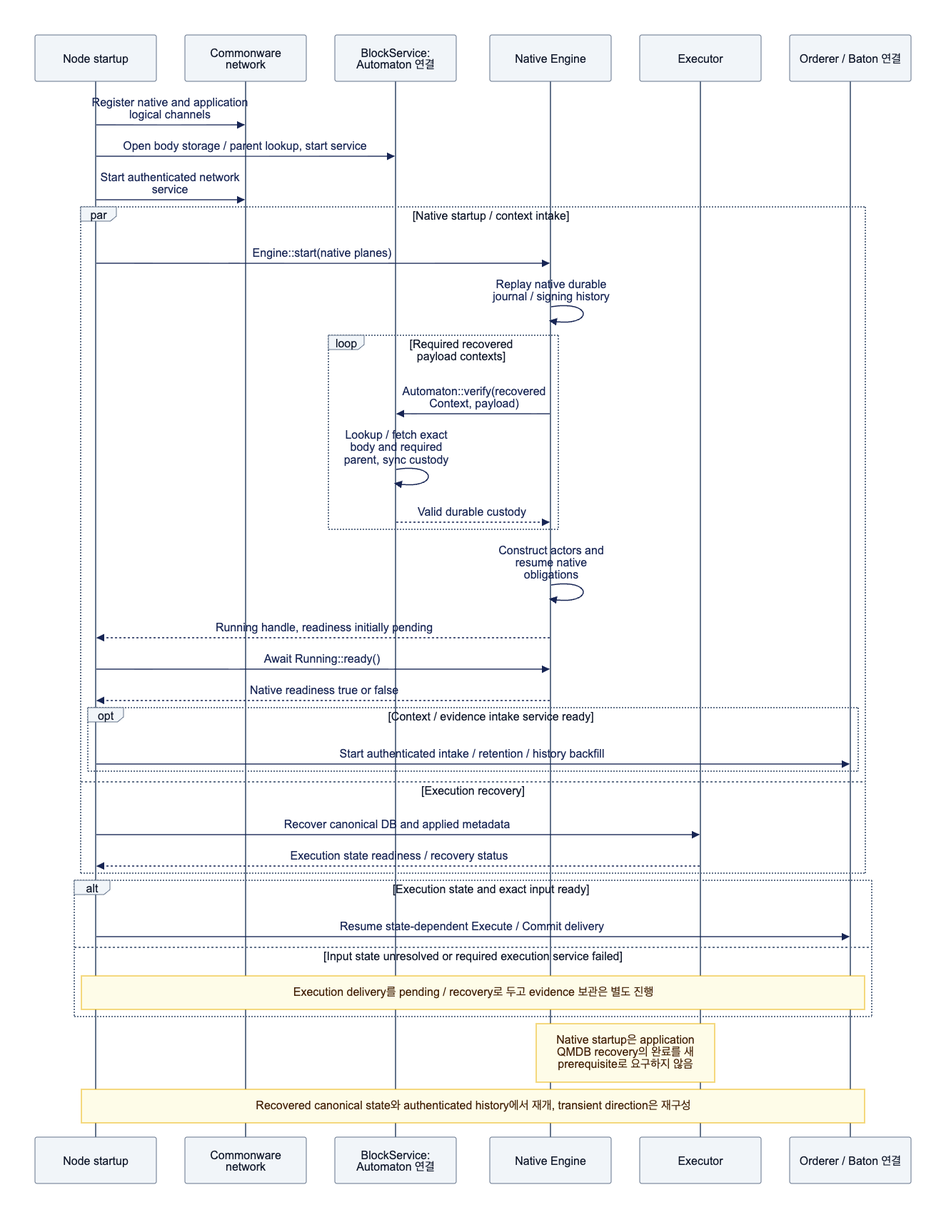
The Mermaid diagram assets/diagrams/diagram-13.png in djm07073/baton-research, before a commit. Its source is kept beside it as assets/diagrams/diagram-13.mmd.
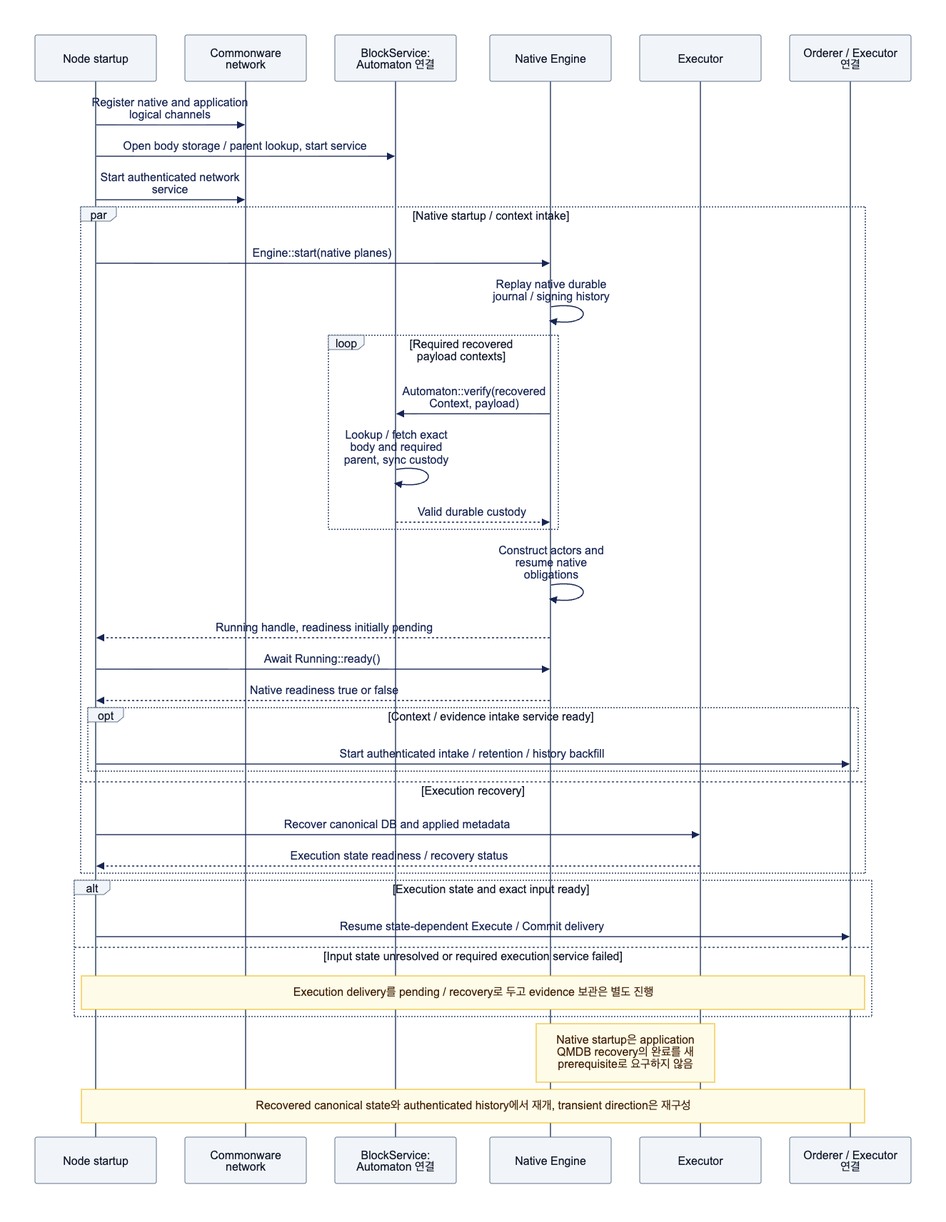
After the change.

Diff of the diagram source:
```diff
@@ -4,7 +4,7 @@
     participant A as BlockService: Automaton 연결
     participant N as Native Engine
     participant E as Executor
-    participant B as Orderer / Baton 연결
+    participant B as Orderer / Executor 연결
     S->>W: Register native and application logical channels
     S->>A: Open body storage / parent lookup, start service
     S->>W: Start authenticated network service
```
